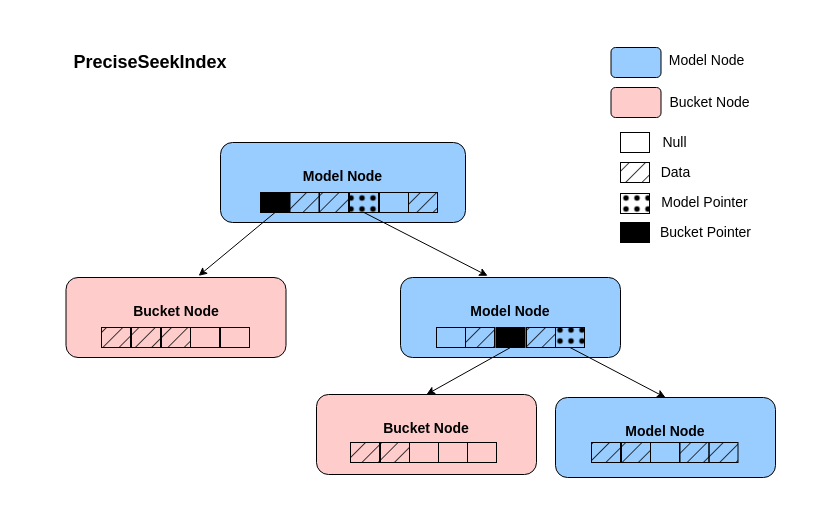
jingtao8a/draw.io keeps this draw.io diagram as images/PreciseSeekIndex.drawio. Above is the earlier version. Source tidied: cells renumbered, new cells numbered last; positions are measured from the earlier drawing's top-left corner, leaving out a move shared by most shapes. Both pictures are drawn from the tidied source at 100%, with x=0, y=0 at pixel (27, 17).
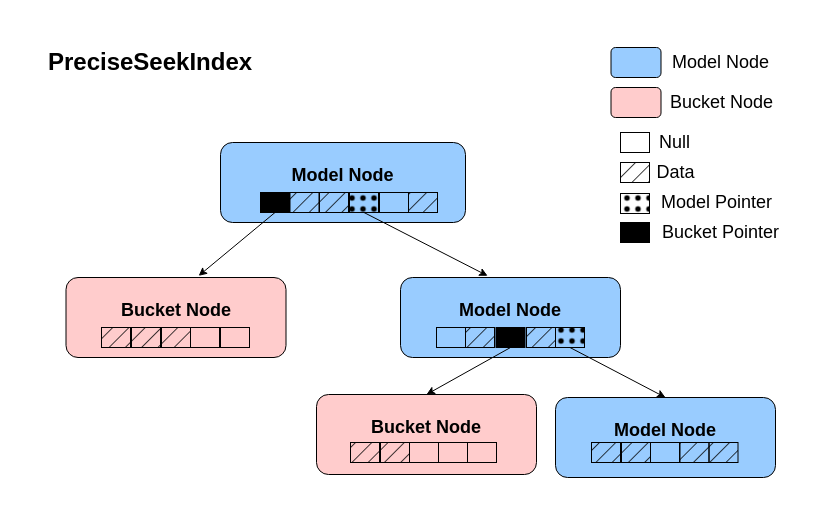
The same diagram, later.

The edit, as a diff of the source:
```diff
@@
-    <mxCell id="2" value="&lt;h2&gt;&lt;font style=&quot;font-size: 14px;&quot;&gt;Model Node&lt;/font&gt;&lt;/h2&gt;&lt;div&gt;&lt;br&gt;&lt;/div&gt;" style="rounded=1;whiteSpace=wrap;html=1;glass=0;strokeColor=light-dark(#000000,#FFFFFF);align=center;verticalAlign=middle;fontFamily=Helvetica;fontSize=12;fontColor=default;fillColor=#99CCFF;fillStyle=auto;" parent="1" vertex="1">
+    <mxCell id="2" value="&lt;h2&gt;&lt;font style=&quot;font-size: 18px;&quot;&gt;Model Node&lt;/font&gt;&lt;/h2&gt;&lt;div&gt;&lt;br&gt;&lt;/div&gt;" style="rounded=1;whiteSpace=wrap;html=1;glass=0;strokeColor=light-dark(#000000,#FFFFFF);align=center;verticalAlign=middle;fontFamily=Helvetica;fontSize=12;fontColor=default;fillColor=#99CCFF;fillStyle=auto;" parent="1" vertex="1">
       <mxGeometry x="193" y="125" width="245" height="80" as="geometry" />
     </mxCell>
@@
-    <mxCell id="4" value="&lt;p class=&quot;MsoNormal&quot;&gt;&lt;span style=&quot;mso-spacerun:'yes';font-family:宋体;mso-ascii-font-family:Calibri;&lt;br/&gt;mso-hansi-font-family:'Cambria Math';mso-bidi-font-family:'Times New Roman';mso-ansi-font-style:normal;&lt;br/&gt;font-size:10.5000pt;mso-font-kerning:1.0000pt;&quot;&gt;&lt;font style=&quot;font-size: 14px;&quot; face=&quot;Calibri&quot;&gt;Null&lt;/font&gt;&lt;/span&gt;&lt;/p&gt;" style="text;html=1;align=center;verticalAlign=middle;strokeColor=none;fillColor=none;fontFamily=Helvetica;fontSize=12;fontColor=default;" parent="1" vertex="1">
-      <mxGeometry x="622" y="100" width="50" height="50" as="geometry" />
+    <mxCell id="4" value="&lt;p class=&quot;MsoNormal&quot;&gt;&lt;span style=&quot;mso-spacerun:'yes';font-family:宋体;mso-ascii-font-family:Calibri;&lt;br/&gt;mso-hansi-font-family:'Cambria Math';mso-bidi-font-family:'Times New Roman';mso-ansi-font-style:normal;&lt;br/&gt;font-size:10.5000pt;mso-font-kerning:1.0000pt;&quot;&gt;&lt;font style=&quot;font-size: 18px;&quot; face=&quot;Calibri&quot;&gt;Null&lt;/font&gt;&lt;/span&gt;&lt;/p&gt;" style="text;html=1;align=center;verticalAlign=middle;strokeColor=none;fillColor=none;fontFamily=Helvetica;fontSize=12;fontColor=default;" parent="1" vertex="1">
+      <mxGeometry x="622" y="95" width="50" height="60" as="geometry" />
     </mxCell>
-    <mxCell id="5" value="&lt;p class=&quot;MsoNormal&quot;&gt;&lt;span style=&quot;mso-spacerun:'yes';font-family:宋体;mso-ascii-font-family:Calibri;&lt;br/&gt;mso-hansi-font-family:'Cambria Math';mso-bidi-font-family:'Times New Roman';mso-ansi-font-style:normal;&lt;br/&gt;font-size:10.5000pt;mso-font-kerning:1.0000pt;&quot;&gt;&lt;font style=&quot;font-size: 14px;&quot; face=&quot;Calibri&quot;&gt;Data&lt;/font&gt;&lt;/span&gt;&lt;/p&gt;" style="text;html=1;align=center;verticalAlign=middle;strokeColor=none;fillColor=none;fontFamily=Helvetica;fontSize=12;fontColor=default;" parent="1" vertex="1">
-      <mxGeometry x="623" y="130" width="50" height="50" as="geometry" />
+    <mxCell id="5" value="&lt;p class=&quot;MsoNormal&quot;&gt;&lt;span style=&quot;mso-spacerun:'yes';font-family:宋体;mso-ascii-font-family:Calibri;&lt;br/&gt;mso-hansi-font-family:'Cambria Math';mso-bidi-font-family:'Times New Roman';mso-ansi-font-style:normal;&lt;br/&gt;font-size:10.5000pt;mso-font-kerning:1.0000pt;&quot;&gt;&lt;font style=&quot;font-size: 18px;&quot; face=&quot;Calibri&quot;&gt;Data&lt;/font&gt;&lt;/span&gt;&lt;/p&gt;" style="text;html=1;align=center;verticalAlign=middle;strokeColor=none;fillColor=none;fontFamily=Helvetica;fontSize=12;fontColor=default;" parent="1" vertex="1">
+      <mxGeometry x="618" y="125" width="60" height="60" as="geometry" />
     </mxCell>
-    <mxCell id="6" value="&lt;p class=&quot;MsoNormal&quot;&gt;&lt;span style=&quot;mso-spacerun:'yes';font-family:宋体;mso-ascii-font-family:Calibri;&lt;br/&gt;mso-hansi-font-family:'Cambria Math';mso-bidi-font-family:'Times New Roman';mso-ansi-font-style:normal;&lt;br/&gt;font-size:10.5000pt;mso-font-kerning:1.0000pt;&quot;&gt;&lt;font style=&quot;font-size: 14px;&quot; face=&quot;Calibri&quot;&gt;Bucket Pointer&lt;/font&gt;&lt;/span&gt;&lt;/p&gt;" style="text;html=1;align=center;verticalAlign=middle;strokeColor=none;fillColor=none;fontFamily=Helvetica;fontSize=12;fontColor=default;" parent="1" vertex="1">
-      <mxGeometry x="618" y="190" width="120" height="50" as="geometry" />
+    <mxCell id="6" value="&lt;p class=&quot;MsoNormal&quot;&gt;&lt;span style=&quot;mso-spacerun:'yes';font-family:宋体;mso-ascii-font-family:Calibri;&lt;br/&gt;mso-hansi-font-family:'Cambria Math';mso-bidi-font-family:'Times New Roman';mso-ansi-font-style:normal;&lt;br/&gt;font-size:10.5000pt;mso-font-kerning:1.0000pt;&quot;&gt;&lt;font style=&quot;font-size: 18px;&quot; face=&quot;Calibri&quot;&gt;Bucket Pointer&lt;/font&gt;&lt;/span&gt;&lt;/p&gt;" style="text;html=1;align=center;verticalAlign=middle;strokeColor=none;fillColor=none;fontFamily=Helvetica;fontSize=12;fontColor=default;" parent="1" vertex="1">
+      <mxGeometry x="618" y="185" width="150" height="60" as="geometry" />
     </mxCell>
-    <mxCell id="7" value="&lt;p class=&quot;MsoNormal&quot;&gt;&lt;span style=&quot;mso-spacerun:'yes';font-family:宋体;mso-ascii-font-family:Calibri;&lt;br/&gt;mso-hansi-font-family:'Cambria Math';mso-bidi-font-family:'Times New Roman';mso-ansi-font-style:normal;&lt;br/&gt;font-size:10.5000pt;mso-font-kerning:1.0000pt;&quot;&gt;&lt;font style=&quot;font-size: 14px;&quot; face=&quot;Calibri&quot;&gt;Model Pointer&lt;/font&gt;&lt;/span&gt;&lt;/p&gt;" style="text;html=1;align=center;verticalAlign=middle;strokeColor=none;fillColor=none;fontFamily=Helvetica;fontSize=12;fontColor=default;" parent="1" vertex="1">
-      <mxGeometry x="622" y="160" width="110" height="50" as="geometry" />
+    <mxCell id="7" value="&lt;p class=&quot;MsoNormal&quot;&gt;&lt;span style=&quot;mso-spacerun:'yes';font-family:宋体;mso-ascii-font-family:Calibri;&lt;br/&gt;mso-hansi-font-family:'Cambria Math';mso-bidi-font-family:'Times New Roman';mso-ansi-font-style:normal;&lt;br/&gt;font-size:10.5000pt;mso-font-kerning:1.0000pt;&quot;&gt;&lt;font style=&quot;font-size: 18px;&quot; face=&quot;Calibri&quot;&gt;Model Pointer&lt;/font&gt;&lt;/span&gt;&lt;/p&gt;" style="text;html=1;align=center;verticalAlign=middle;strokeColor=none;fillColor=none;fontFamily=Helvetica;fontSize=12;fontColor=default;" parent="1" vertex="1">
+      <mxGeometry x="619" y="155" width="140" height="60" as="geometry" />
     </mxCell>
@@
-    <mxCell id="11" value="&lt;h2&gt;&lt;font style=&quot;font-size: 14px;&quot; face=&quot;Helvetica&quot;&gt;Bucket Node&lt;/font&gt;&lt;/h2&gt;&lt;div&gt;&lt;br&gt;&lt;/div&gt;" style="rounded=1;whiteSpace=wrap;html=1;glass=0;strokeColor=light-dark(#000000,#FFFFFF);align=center;verticalAlign=middle;fontFamily=Helvetica;fontSize=12;fontColor=default;fillColor=#FFCCCC;fillStyle=auto;" parent="1" vertex="1">
+    <mxCell id="11" value="&lt;h2&gt;&lt;font style=&quot;font-size: 18px;&quot; face=&quot;Helvetica&quot;&gt;Bucket Node&lt;/font&gt;&lt;/h2&gt;&lt;div&gt;&lt;br&gt;&lt;/div&gt;" style="rounded=1;whiteSpace=wrap;html=1;glass=0;strokeColor=light-dark(#000000,#FFFFFF);align=center;verticalAlign=middle;fontFamily=Helvetica;fontSize=12;fontColor=default;fillColor=#FFCCCC;fillStyle=auto;" parent="1" vertex="1">
       <mxGeometry x="38.5" y="260" width="220" height="80" as="geometry" />
     </mxCell>
@@
-    <mxCell id="21" value="&lt;h2&gt;&lt;font style=&quot;font-size: 14px;&quot;&gt;Model Node&lt;/font&gt;&lt;/h2&gt;&lt;div&gt;&lt;br&gt;&lt;/div&gt;" style="rounded=1;whiteSpace=wrap;html=1;glass=0;strokeColor=light-dark(#000000,#FFFFFF);align=center;verticalAlign=middle;fontFamily=Helvetica;fontSize=12;fontColor=default;fillColor=#99CCFF;fillStyle=auto;" parent="1" vertex="1">
+    <mxCell id="21" value="&lt;h2&gt;&lt;font style=&quot;font-size: 18px;&quot;&gt;Model Node&lt;/font&gt;&lt;/h2&gt;&lt;div&gt;&lt;br&gt;&lt;/div&gt;" style="rounded=1;whiteSpace=wrap;html=1;glass=0;strokeColor=light-dark(#000000,#FFFFFF);align=center;verticalAlign=middle;fontFamily=Helvetica;fontSize=12;fontColor=default;fillColor=#99CCFF;fillStyle=auto;" parent="1" vertex="1">
       <mxGeometry x="373" y="260" width="220" height="80" as="geometry" />
     </mxCell>
@@
-    <mxCell id="27" value="&lt;h2&gt;&lt;font style=&quot;font-size: 14px;&quot;&gt;Bucket Node&lt;/font&gt;&lt;/h2&gt;&lt;div&gt;&lt;br&gt;&lt;/div&gt;" style="rounded=1;whiteSpace=wrap;html=1;glass=0;strokeColor=light-dark(#000000,#FFFFFF);align=center;verticalAlign=middle;fontFamily=Helvetica;fontSize=12;fontColor=default;fillColor=#FFCCCC;fillStyle=auto;" parent="1" vertex="1">
+    <mxCell id="27" value="&lt;h2&gt;&lt;font style=&quot;font-size: 18px;&quot;&gt;Bucket Node&lt;/font&gt;&lt;/h2&gt;&lt;div&gt;&lt;br&gt;&lt;/div&gt;" style="rounded=1;whiteSpace=wrap;html=1;glass=0;strokeColor=light-dark(#000000,#FFFFFF);align=center;verticalAlign=middle;fontFamily=Helvetica;fontSize=12;fontColor=default;fillColor=#FFCCCC;fillStyle=auto;" parent="1" vertex="1">
       <mxGeometry x="289" y="377" width="220" height="80" as="geometry" />
     </mxCell>
@@
     <mxCell id="33" style="verticalLabelPosition=bottom;verticalAlign=top;html=1;shape=mxgraph.basic.rect;fillColor2=none;strokeWidth=1;size=20;indent=5;fillColor=none;strokeColor=none;" parent="1" vertex="1">
-      <mxGeometry width="793" height="490" as="geometry" />
+      <mxGeometry x="-10" width="793" height="490" as="geometry" />
     </mxCell>
-    <mxCell id="34" value="&lt;b&gt;&lt;font style=&quot;font-size: 18px;&quot;&gt;PreciseSeekIndex&lt;/font&gt;&lt;/b&gt;" style="text;html=1;align=center;verticalAlign=middle;whiteSpace=wrap;rounded=0;" parent="1" vertex="1">
+    <mxCell id="34" value="&lt;b&gt;&lt;font style=&quot;font-size: 24px;&quot;&gt;PreciseSeekIndex&lt;/font&gt;&lt;/b&gt;" style="text;html=1;align=center;verticalAlign=middle;whiteSpace=wrap;rounded=0;" parent="1" vertex="1">
       <mxGeometry x="43" y="30" width="159.5" height="30" as="geometry" />
     </mxCell>
@@
-    <mxCell id="37" value="&lt;h2&gt;&lt;font style=&quot;font-size: 14px;&quot;&gt;Model Node&lt;/font&gt;&lt;/h2&gt;&lt;div&gt;&lt;br&gt;&lt;/div&gt;" style="rounded=1;whiteSpace=wrap;html=1;glass=0;strokeColor=light-dark(#000000,#FFFFFF);align=center;verticalAlign=middle;fontFamily=Helvetica;fontSize=12;fontColor=default;fillColor=#99CCFF;fillStyle=auto;" parent="1" vertex="1">
+    <mxCell id="37" value="&lt;h2&gt;&lt;font style=&quot;font-size: 18px;&quot;&gt;Model Node&lt;/font&gt;&lt;/h2&gt;&lt;div&gt;&lt;br&gt;&lt;/div&gt;" style="rounded=1;whiteSpace=wrap;html=1;glass=0;strokeColor=light-dark(#000000,#FFFFFF);align=center;verticalAlign=middle;fontFamily=Helvetica;fontSize=12;fontColor=default;fillColor=#99CCFF;fillStyle=auto;" parent="1" vertex="1">
       <mxGeometry x="528" y="380" width="220" height="80" as="geometry" />
     </mxCell>
@@
-    <mxCell id="50" value="&lt;font style=&quot;font-size: 14px;&quot;&gt;Model Node&lt;/font&gt;" style="text;html=1;align=center;verticalAlign=middle;strokeColor=none;fillColor=none;" parent="1" vertex="1">
-      <mxGeometry x="629" y="28" width="100" height="30" as="geometry" />
+    <mxCell id="50" value="&lt;font style=&quot;font-size: 18px;&quot;&gt;Model Node&lt;/font&gt;" style="text;html=1;align=center;verticalAlign=middle;strokeColor=none;fillColor=none;" parent="1" vertex="1">
+      <mxGeometry x="633" y="25" width="120" height="40" as="geometry" />
     </mxCell>
-    <mxCell id="51" value="&lt;font style=&quot;font-size: 14px;&quot;&gt;Bucket Node&lt;/font&gt;" style="text;html=1;align=center;verticalAlign=middle;strokeColor=none;fillColor=none;" parent="1" vertex="1">
-      <mxGeometry x="632" y="70" width="100" height="30" as="geometry" />
+    <mxCell id="51" value="&lt;font style=&quot;font-size: 18px;&quot;&gt;Bucket Node&lt;/font&gt;" style="text;html=1;align=center;verticalAlign=middle;strokeColor=none;fillColor=none;" parent="1" vertex="1">
+      <mxGeometry x="629" y="65" width="130" height="40" as="geometry" />
     </mxCell>
```
